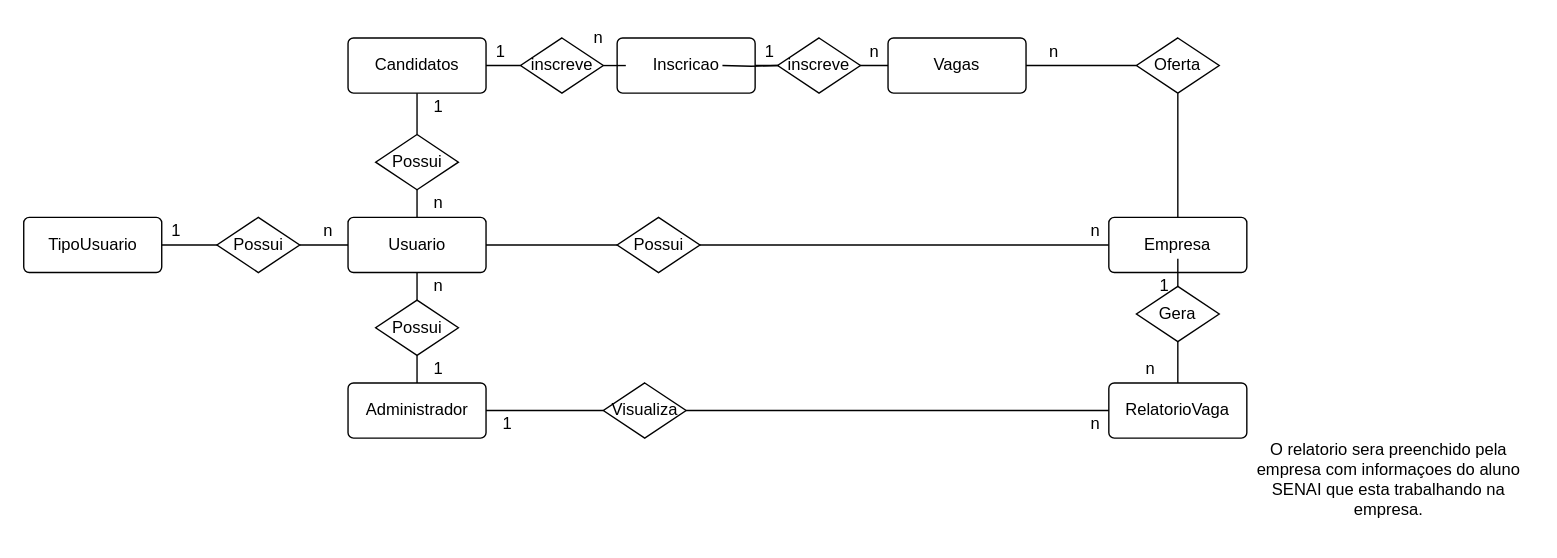
Above: page "MODELO CONCEITUAL" (1 of 2) of ModelosEntidadeRelacionamento/Diagrama de entidade.drawio in renansalvino/GoVagas (draw.io), before the change. Source tidied: cells renumbered, new cells numbered last; positions are measured from the earlier drawing's top-left corner, leaving out a move shared by most shapes. Both pictures are drawn from the tidied source at 138%, with x=0, y=0 at pixel (23, 23).
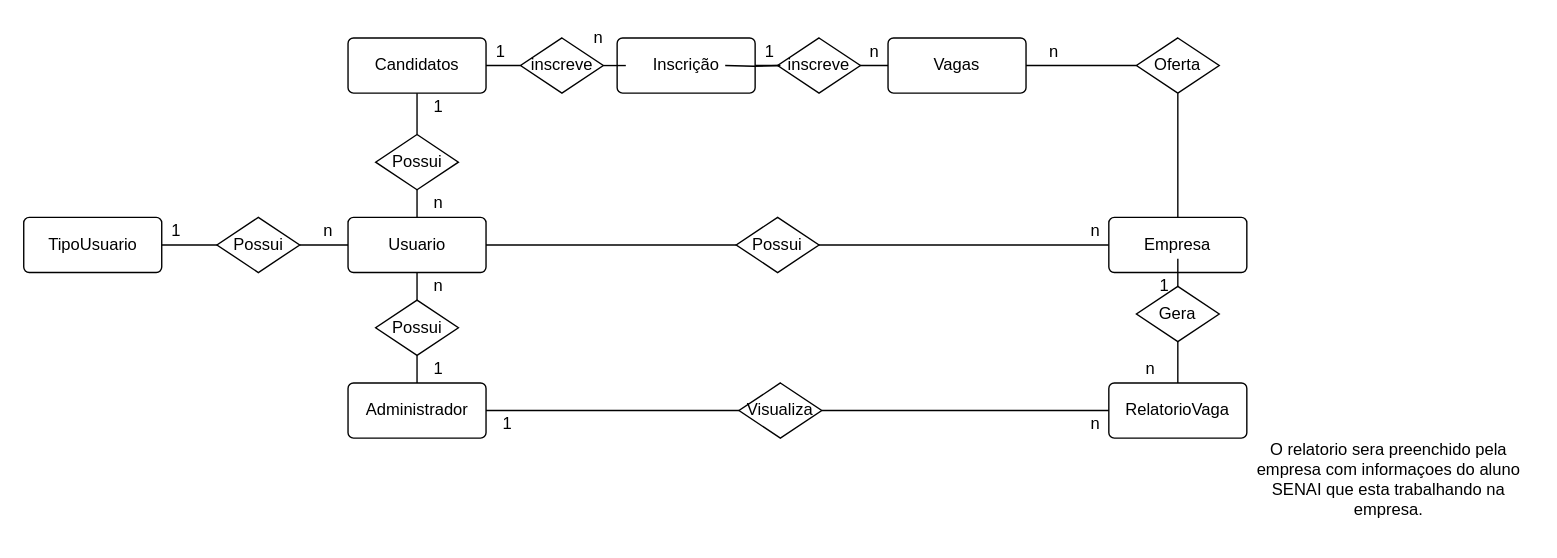
Above is the later version.

Commit message:
Embelezamento do diagrama de uso

The change refers to these unchanged cells:
```xml
<mxCell id="50" value="inscreve" style="shape=rhombus;perimeter=rhombusPerimeter;whiteSpace=wrap;html=1;align=center;" parent="1" vertex="1">
  <mxGeometry x="546" y="10" width="60" height="40" as="geometry" />
</mxCell>
```

Change to the diagram source:
```diff
@@
     <mxCell id="8" value="Possui" style="shape=rhombus;perimeter=rhombusPerimeter;whiteSpace=wrap;html=1;align=center;" parent="1" vertex="1">
-      <mxGeometry x="429.7" y="140" width="60" height="40" as="geometry" />
+      <mxGeometry x="516" y="140" width="60" height="40" as="geometry" />
     </mxCell>
@@
     <mxCell id="32" value="Visualiza" style="shape=rhombus;perimeter=rhombusPerimeter;whiteSpace=wrap;html=1;align=center;" parent="1" vertex="1">
-      <mxGeometry x="419.7" y="260" width="60" height="40" as="geometry" />
+      <mxGeometry x="518" y="260" width="60" height="40" as="geometry" />
     </mxCell>
@@
-    <mxCell id="47" value="Inscricao" style="rounded=1;arcSize=10;whiteSpace=wrap;html=1;align=center;" parent="1" vertex="1">
+    <mxCell id="47" value="Inscrição" style="rounded=1;arcSize=10;whiteSpace=wrap;html=1;align=center;" parent="1" vertex="1">
       <mxGeometry x="429.7" y="10" width="100" height="40" as="geometry" />
     </mxCell>
@@
-    <mxCell id="51" style="edgeStyle=orthogonalEdgeStyle;rounded=0;jettySize=auto;html=1;entryX=0;entryY=0.5;entryDx=0;entryDy=0;endArrow=none;endFill=0;" parent="1" edge="1" target="50">
+    <mxCell id="51" style="edgeStyle=orthogonalEdgeStyle;rounded=0;orthogonalLoop=1;jettySize=auto;html=1;entryX=0;entryY=0.5;entryDx=0;entryDy=0;endArrow=none;endFill=0;" parent="1" edge="1">
       <mxGeometry relative="1" as="geometry">
-        <mxPoint x="506" y="30" as="sourcePoint" />
+        <mxPoint x="508" y="30" as="sourcePoint" />
+        <mxPoint x="548" y="30" as="targetPoint" />
       </mxGeometry>
     </mxCell>
```
